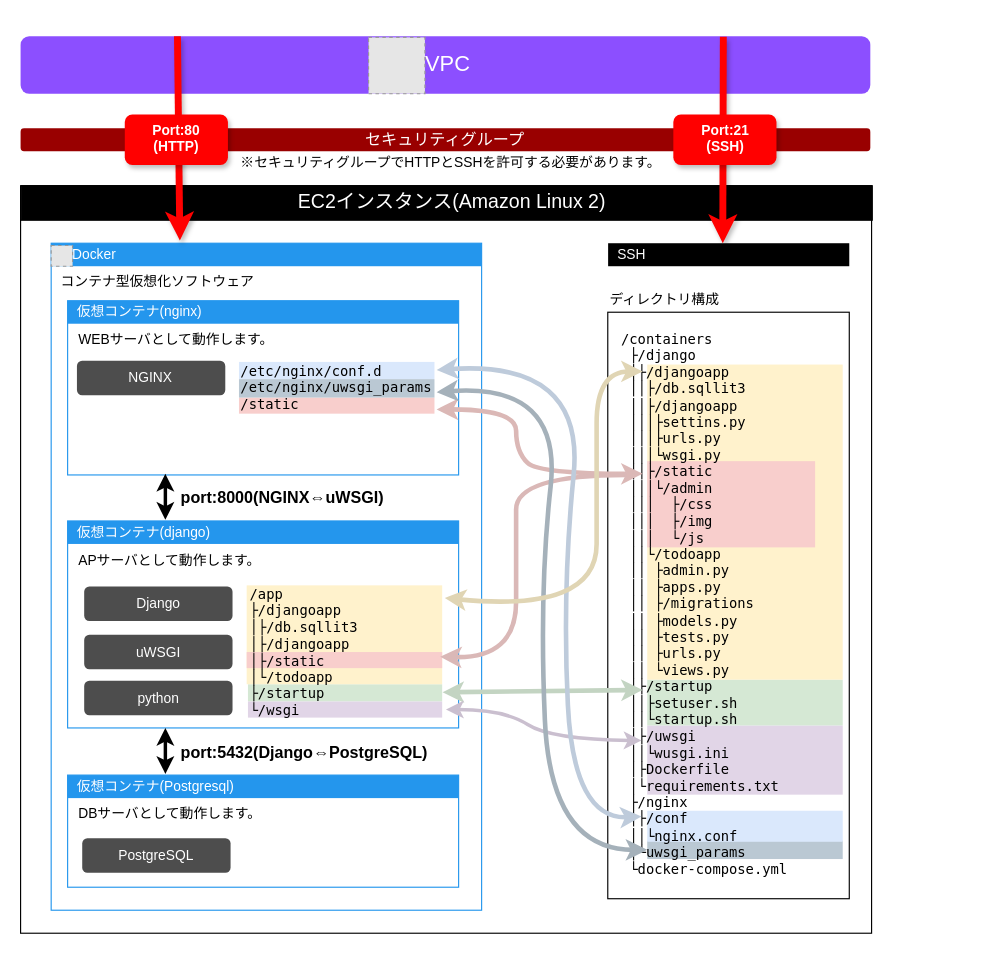
The draw.io diagram page "EC2イメージ" (3 of 8) of AWS研修_WEBアプリ_挿絵.drawio in reizo0901/Doc, before the edit. Source tidied: cells renumbered, new cells numbered last; positions are measured from the earlier drawing's top-left corner, leaving out a move shared by most shapes. Both pictures are drawn from the tidied source at 115%, with x=0, y=0 at pixel (20, 36). Pictures stored in the file or linked from it are replaced by grey dashed boxes.
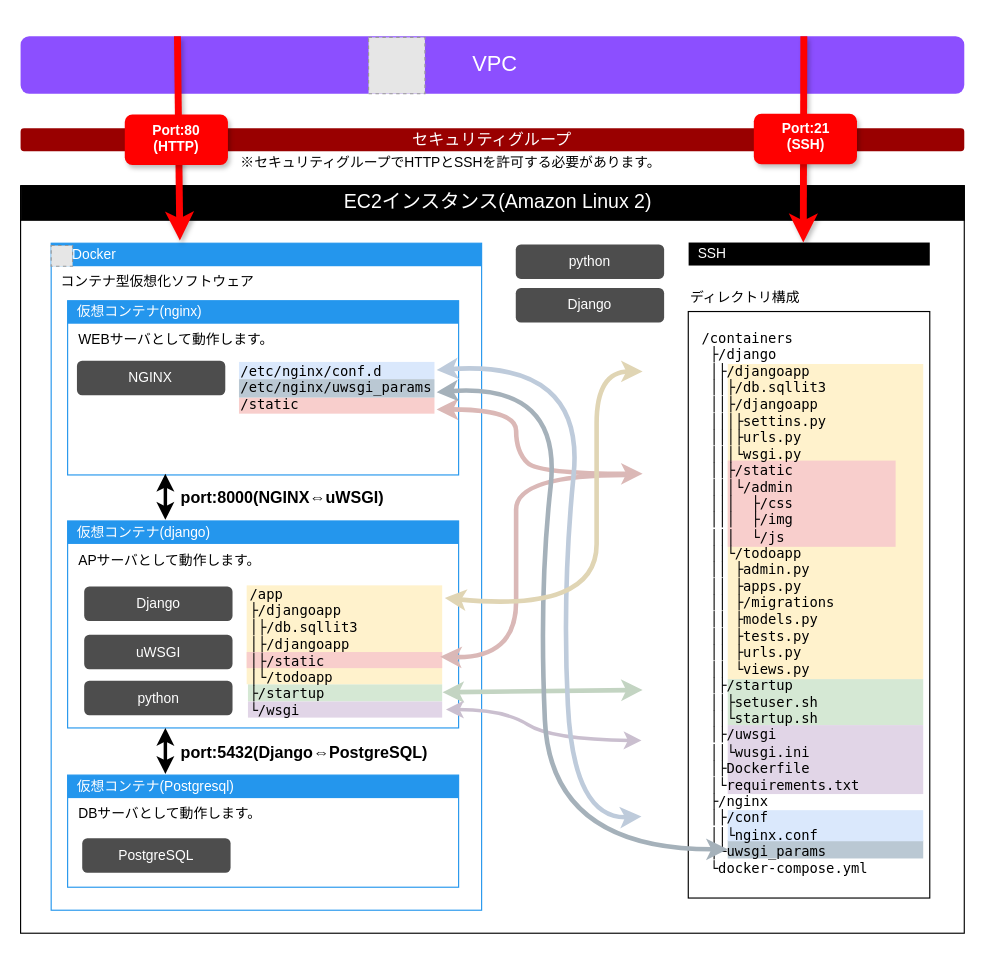
The same diagram, later.

Commit message:
AWS研修_WEBアプリ_挿絵.drawio を更新します

Diff of the diagram source:
```diff
@@
     <mxCell id="2" style="rounded=0;whiteSpace=wrap;html=1;" parent="1" vertex="1">
-      <mxGeometry x="0.4" y="130" width="740" height="650" as="geometry" />
+      <mxGeometry x="0.4" y="130" width="820.6" height="650" as="geometry" />
     </mxCell>
     <mxCell id="3" style="rounded=0;whiteSpace=wrap;html=1;" parent="1" vertex="1">
-      <mxGeometry x="511" y="240" width="210" height="510" as="geometry" />
+      <mxGeometry x="581" y="239.4" width="210" height="510" as="geometry" />
     </mxCell>
     <mxCell id="4" style="rounded=0;whiteSpace=wrap;html=1;labelBackgroundColor=#CCE5FF;noLabel=1;fillColor=#d5e8d4;strokeColor=none;" parent="1" vertex="1">
-      <mxGeometry x="545.3" y="559.5" width="170" height="40" as="geometry" />
+      <mxGeometry x="615.3" y="559" width="170" height="40" as="geometry" />
     </mxCell>
     <mxCell id="5" style="group;" parent="1" vertex="1">
-      <mxGeometry x="545.3" y="285.5" width="170" height="430" as="geometry" />
+      <mxGeometry x="615.3" y="285" width="170" height="430" as="geometry" />
     </mxCell>
@@
     <mxCell id="10" style="rounded=0;whiteSpace=wrap;html=1;labelBackgroundColor=#CCE5FF;noLabel=1;fillColor=#f8cecc;strokeColor=none;" parent="1" vertex="1">
-      <mxGeometry x="545.3" y="369.5" width="146" height="75" as="geometry" />
+      <mxGeometry x="615.3" y="369" width="146" height="75" as="geometry" />
     </mxCell>
     <mxCell id="11" value="&lt;div&gt;/containers&lt;/div&gt;&lt;div&gt;&amp;nbsp;├/django&lt;/div&gt;&amp;nbsp;│├/djangoapp&lt;br&gt;&amp;nbsp;││├/db.sqllit3&lt;br&gt;&amp;nbsp;││├/djangoapp&lt;br style=&quot;border-color: var(--border-color);&quot;&gt;&amp;nbsp;│││├settins.py&lt;br style=&quot;border-color: var(--border-color);&quot;&gt;&amp;nbsp;│││├urls.py&lt;br style=&quot;border-color: var(--border-color);&quot;&gt;&amp;nbsp;│││└wsgi.py&lt;br&gt;&amp;nbsp;││├/static&lt;br&gt;&amp;nbsp;│││└/admin&lt;br style=&quot;border-color: var(--border-color);&quot;&gt;&amp;nbsp;│││&amp;nbsp; ├/css&lt;br style=&quot;border-color: var(--border-color);&quot;&gt;&amp;nbsp;│││&amp;nbsp; ├/img&lt;br style=&quot;border-color: var(--border-color);&quot;&gt;&amp;nbsp;│││&amp;nbsp; └/js&lt;br&gt;&amp;nbsp;││└/todoapp&lt;br&gt;&amp;nbsp;││ ├admin.py&lt;br&gt;&amp;nbsp;││ ├apps.py&lt;br&gt;&amp;nbsp;││ ├/migrations&lt;br&gt;&amp;nbsp;││ ├models.py&lt;br&gt;&amp;nbsp;││ ├tests.py&lt;br style=&quot;border-color: var(--border-color);&quot;&gt;&amp;nbsp;││ ├urls.py&lt;br style=&quot;border-color: var(--border-color);&quot;&gt;&amp;nbsp;││ └views.py&lt;br&gt;&lt;div&gt;&amp;nbsp;│├/startup&lt;/div&gt;&lt;div&gt;&amp;nbsp;││├setuser.sh&lt;/div&gt;&lt;div&gt;&amp;nbsp;││└startup.sh&lt;/div&gt;&lt;div&gt;&amp;nbsp;│├/uwsgi&lt;/div&gt;&lt;div&gt;&amp;nbsp;││└wusgi.ini&lt;/div&gt;&lt;div&gt;&amp;nbsp;│├Dockerfile&lt;/div&gt;&lt;div&gt;&amp;nbsp;│└requirements.txt&lt;/div&gt;&lt;div&gt;&amp;nbsp;├/nginx&lt;/div&gt;&lt;div&gt;&amp;nbsp;│├/conf&lt;/div&gt;&lt;div&gt;&amp;nbsp;││└nginx.conf&lt;/div&gt;&lt;div&gt;&lt;span style=&quot;background-color: initial;&quot;&gt;&amp;nbsp;│└uwsgi_params&lt;/span&gt;&lt;/div&gt;&lt;div&gt;&amp;nbsp;└docker-compose.yml&lt;/div&gt;" style="text;html=1;strokeColor=none;fillColor=none;align=left;verticalAlign=top;whiteSpace=wrap;rounded=0;fontFamily=Lucida Console;" parent="1" vertex="1">
-      <mxGeometry x="521.3" y="249.5" width="200" height="491" as="geometry" />
+      <mxGeometry x="591.3" y="249" width="200" height="491" as="geometry" />
     </mxCell>
     <mxCell id="12" value="&amp;nbsp;VPC" style="rounded=1;whiteSpace=wrap;html=1;fillColor=#8c4fff;fontColor=#FFFFFF;fontSize=19;strokeColor=none;" parent="1" vertex="1">
-      <mxGeometry x="0.4" width="738.9" height="50" as="geometry" />
+      <mxGeometry x="0.4" width="820.6" height="50" as="geometry" />
     </mxCell>
@@
     <mxCell id="47" value="&amp;nbsp; SSH" style="text;html=1;strokeColor=none;fillColor=#000000;align=left;verticalAlign=middle;whiteSpace=wrap;rounded=0;fontSize=12;fontStyle=0;fontColor=#FFFFFF;" parent="1" vertex="1">
-      <mxGeometry x="511.3" y="180" width="209.7" height="20" as="geometry" />
+      <mxGeometry x="581.3" y="179.4" width="209.7" height="20" as="geometry" />
     </mxCell>
@@
     <mxCell id="51" value="&amp;nbsp; EC2インスタンス(Amazon Linux 2)" style="text;html=1;strokeColor=default;fillColor=#000000;align=center;verticalAlign=middle;whiteSpace=wrap;rounded=0;fontSize=17;fontStyle=0;fontColor=#FFFFFF;" parent="1" vertex="1">
-      <mxGeometry x="1" y="130" width="740" height="30" as="geometry" />
+      <mxGeometry x="1" y="130" width="820" height="30" as="geometry" />
     </mxCell>
     <mxCell id="52" value="セキュリティグループ" style="rounded=1;whiteSpace=wrap;html=1;fillColor=#990000;fontColor=#FFFFFF;fontSize=14;strokeColor=none;verticalAlign=middle;" parent="1" vertex="1">
-      <mxGeometry x="0.4" y="80" width="738.9" height="20" as="geometry" />
+      <mxGeometry x="0.4" y="80" width="820.6" height="20" as="geometry" />
     </mxCell>
@@
-    <mxCell id="54" style="endArrow=none;startArrow=classic;html=1;rounded=0;strokeWidth=6;strokeColor=#FF0000;shadow=1;entryX=0.827;entryY=0.011;entryDx=0;entryDy=0;entryPerimeter=0;endFill=0;" parent="1" edge="1" target="12">
+    <mxCell id="54" style="endArrow=none;startArrow=classic;html=1;rounded=0;strokeWidth=6;strokeColor=#FF0000;shadow=1;entryX=0.827;entryY=0.011;entryDx=0;entryDy=0;entryPerimeter=0;endFill=0;" parent="1" edge="1">
       <mxGeometry relative="1" as="geometry">
-        <mxPoint x="611" y="180" as="sourcePoint" />
+        <mxPoint x="681" y="179.4" as="sourcePoint" />
+        <mxPoint x="681.5" as="targetPoint" />
       </mxGeometry>
     </mxCell>
@@
     <mxCell id="57" style="rounded=1;whiteSpace=wrap;html=1;fillColor=#FF0000;strokeColor=none;shadow=1;" parent="1" vertex="1">
-      <mxGeometry x="568" y="68" width="89.7" height="44" as="geometry" />
+      <mxGeometry x="638" y="67.4" width="89.7" height="44" as="geometry" />
     </mxCell>
@@
     <mxCell id="59" value="Port:21&lt;br&gt;(SSH)" style="text;html=1;strokeColor=none;fillColor=none;align=center;verticalAlign=top;whiteSpace=wrap;rounded=0;fontStyle=1;fontColor=#FFFFFF;" parent="1" vertex="1">
-      <mxGeometry x="583.5" y="68" width="58.6" height="30" as="geometry" />
+      <mxGeometry x="653.5" y="67.4" width="58.6" height="30" as="geometry" />
     </mxCell>
@@
     <mxCell id="61" value="ディレクトリ構成" style="text;html=1;strokeColor=none;fillColor=none;align=left;verticalAlign=top;whiteSpace=wrap;rounded=0;" parent="1" vertex="1">
-      <mxGeometry x="511.3" y="215" width="209.7" height="20" as="geometry" />
+      <mxGeometry x="581.3" y="214.4" width="209.7" height="20" as="geometry" />
     </mxCell>
@@
+    <mxCell id="64" value="python" style="rounded=1;whiteSpace=wrap;html=1;fillColor=#4D4D4D;fontColor=#FFFFFF;strokeColor=none;" parent="1" vertex="1">
+      <mxGeometry x="431" y="181" width="129" height="30" as="geometry" />
+    </mxCell>
+    <mxCell id="65" value="Django" style="rounded=1;whiteSpace=wrap;html=1;fontColor=#FFFFFF;strokeColor=none;fillColor=#4D4D4D;" parent="1" vertex="1">
+      <mxGeometry x="431" y="219" width="129" height="30" as="geometry" />
+    </mxCell>
```
